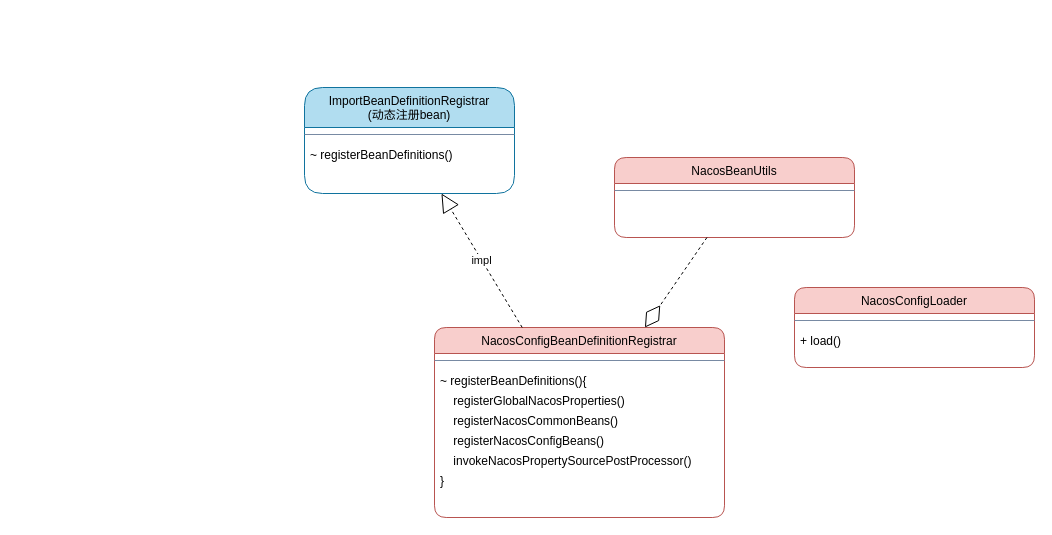
ZhengweiHou/simplegit keeps this draw.io diagram as page "容器初始化梳理" (3 of 4) of diagrams.net/Nacos架构梳理.drawio. Above is the earlier version. Source tidied: cells renumbered, new cells numbered last; positions are measured from the earlier drawing's top-left corner, leaving out a move shared by most shapes. Both pictures are drawn from the tidied source at 100%, with x=0, y=0 at pixel (304, 87).
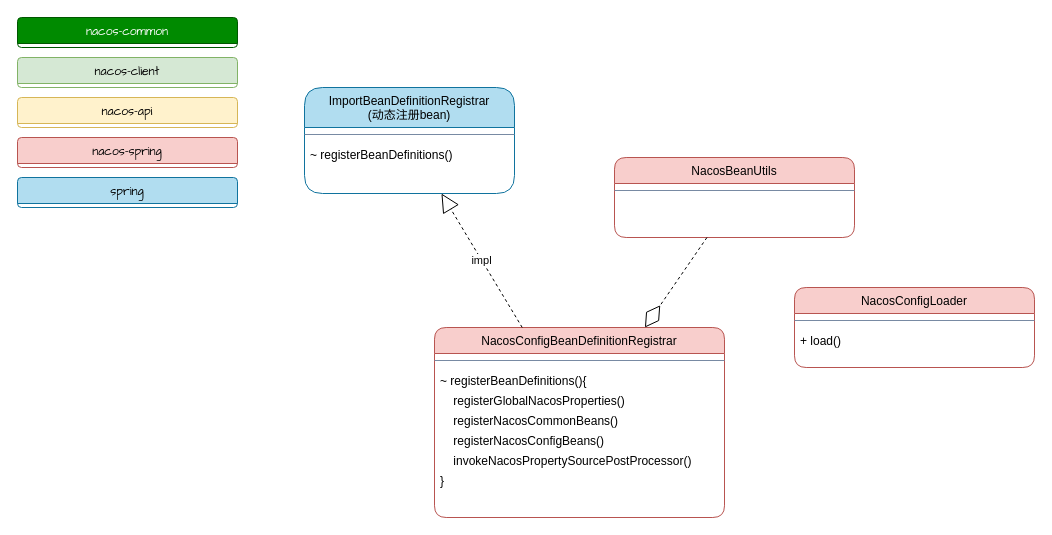
After the change.

The edit, as a diff of the source:
```diff
@@
+    <mxCell id="20" value="nacos-common" style="swimlane;fontStyle=0;align=center;verticalAlign=top;horizontal=1;startSize=26;shadow=0;strokeWidth=1;fillColor=#008a00;strokeColor=#005700;fontFamily=Comic Sans MS;rounded=1;sketch=0;fontColor=#ffffff;" parent="1" vertex="1">
+      <mxGeometry x="-287" y="-70" width="220" height="30" as="geometry" />
+    </mxCell>
+    <mxCell id="21" value="nacos-client" style="swimlane;fontStyle=0;align=center;verticalAlign=top;horizontal=1;startSize=26;shadow=0;strokeWidth=1;fillColor=#d5e8d4;strokeColor=#82b366;fontFamily=Comic Sans MS;rounded=1;sketch=0;" parent="1" vertex="1">
+      <mxGeometry x="-287" y="-30" width="220" height="30" as="geometry" />
+    </mxCell>
+    <mxCell id="22" value="nacos-api" style="swimlane;fontStyle=0;align=center;verticalAlign=top;horizontal=1;startSize=26;shadow=0;strokeWidth=1;fillColor=#fff2cc;strokeColor=#d6b656;fontFamily=Comic Sans MS;rounded=1;sketch=0;" parent="1" vertex="1">
+      <mxGeometry x="-287" y="10" width="220" height="30" as="geometry" />
+    </mxCell>
+    <mxCell id="23" value="nacos-spring" style="swimlane;fontStyle=0;align=center;verticalAlign=top;horizontal=1;startSize=26;shadow=0;strokeWidth=1;fillColor=#f8cecc;strokeColor=#b85450;fontFamily=Comic Sans MS;rounded=1;sketch=0;" parent="1" vertex="1">
+      <mxGeometry x="-287" y="50" width="220" height="30" as="geometry" />
+    </mxCell>
+    <mxCell id="24" value="spring" style="swimlane;fontStyle=0;align=center;verticalAlign=top;horizontal=1;startSize=26;shadow=0;strokeWidth=1;fillColor=#b1ddf0;strokeColor=#10739e;fontFamily=Comic Sans MS;rounded=1;sketch=0;" parent="1" vertex="1">
+      <mxGeometry x="-287" y="90" width="220" height="30" as="geometry" />
+    </mxCell>
```
